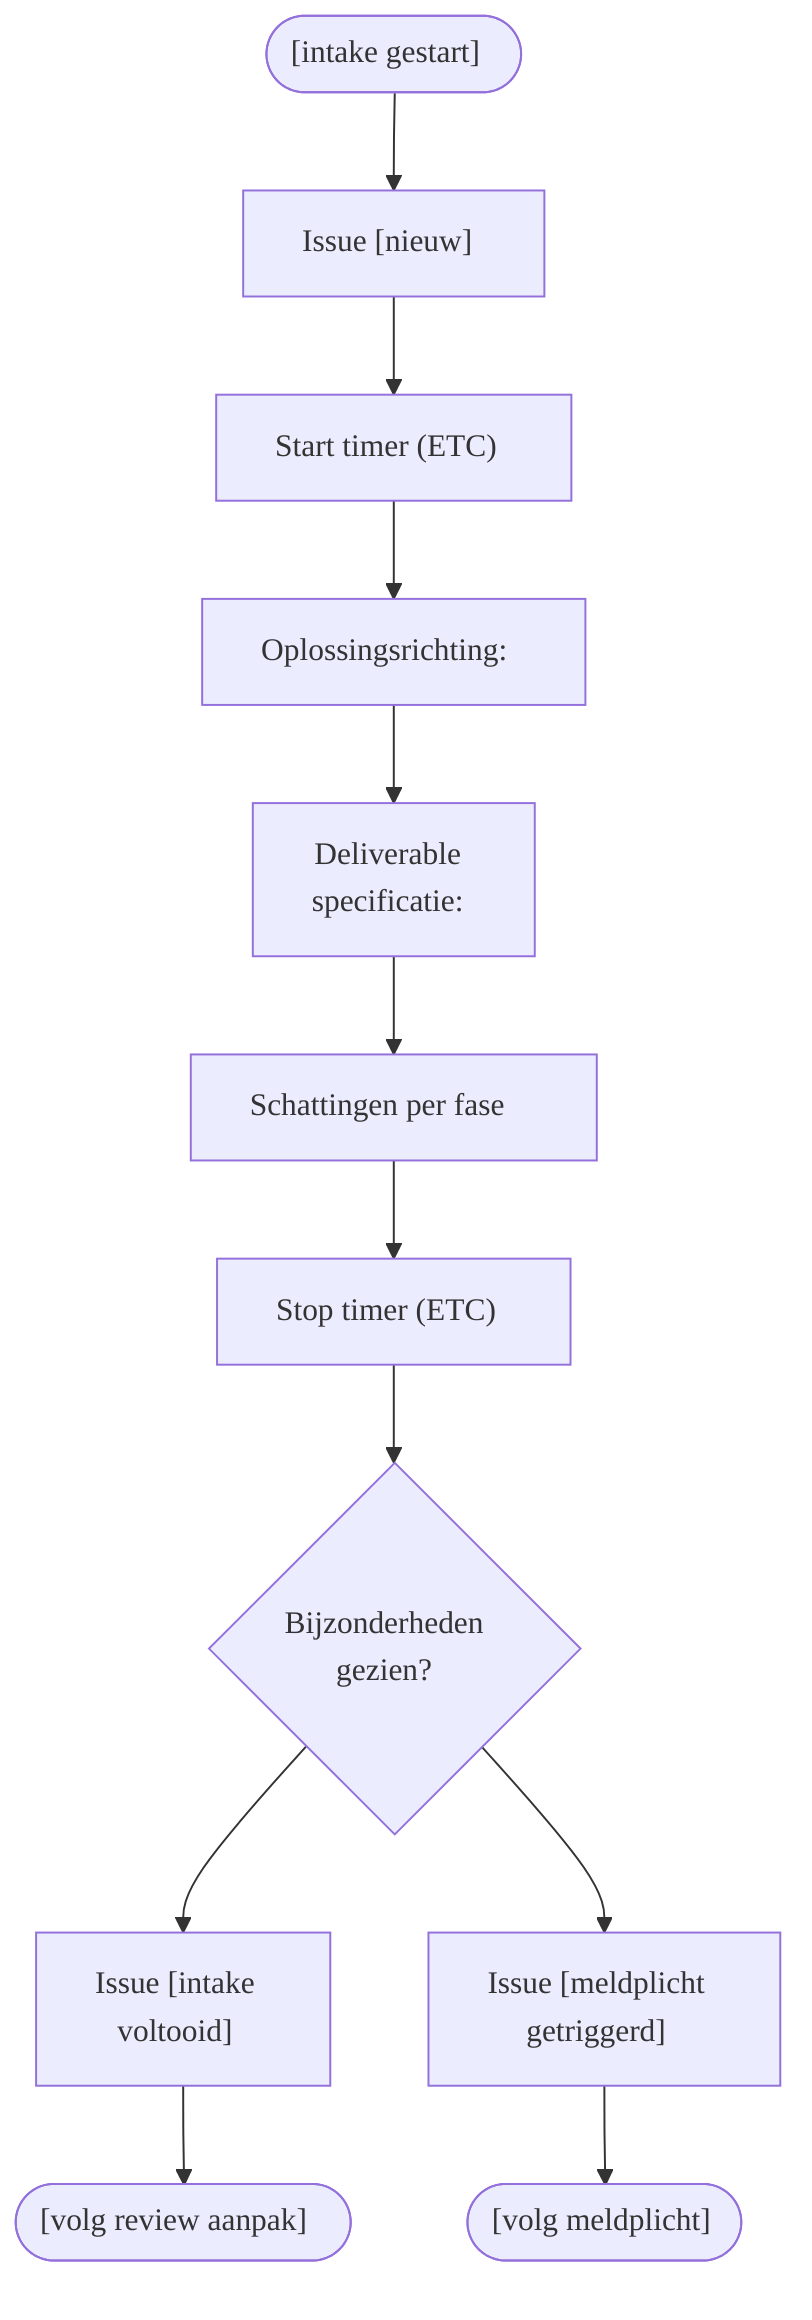
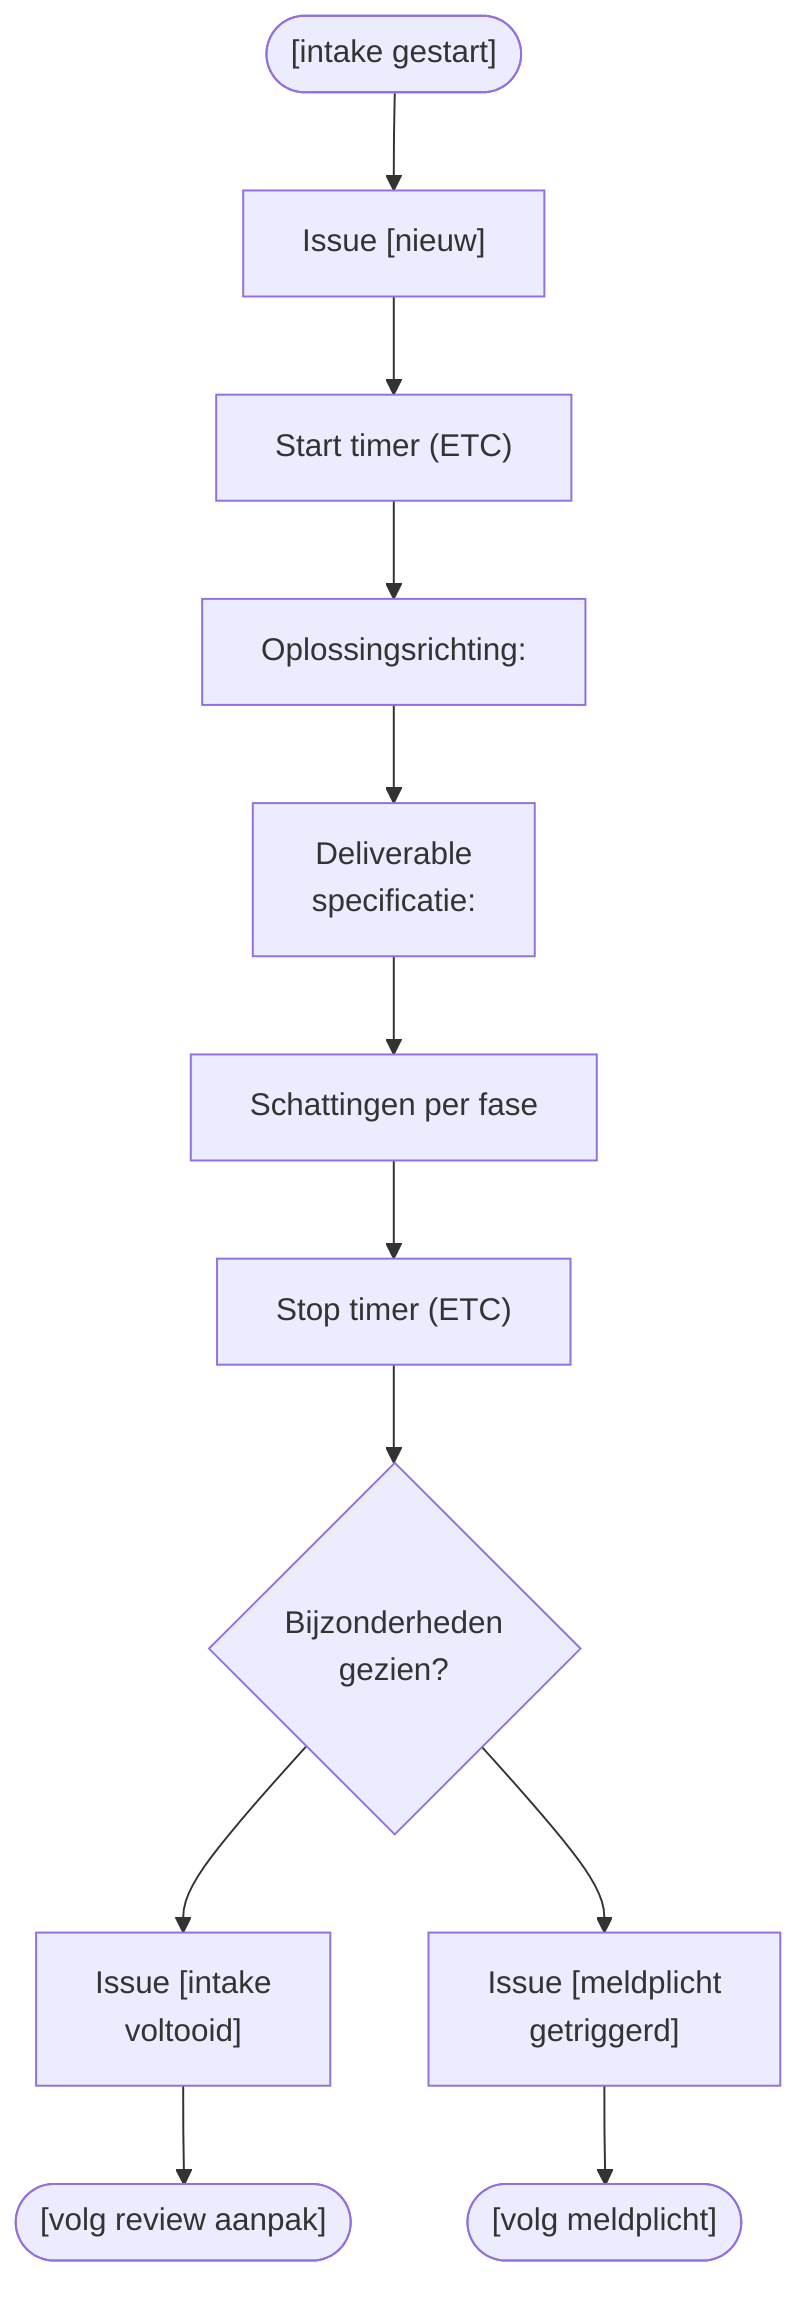
- %%{init: {'theme': 'default', 'themeVariables': {'fontFamily': 'sans-serif'}, 'flowchart': {'htmlLabels': false}}}%%
flowchart TD
    bpmn_start_event(["[intake gestart]"])
    bpmn_task_nieuw["Issue [nieuw]"]
    bpmn_task_start_timer["Start timer (ETC)"]
    bpmn_task_oplossingsrichting["Oplossingsrichting:"]
    bpmn_task_deliverables["Deliverable\nspecificatie:"]
    bpmn_task_planning["Schattingen per fase"]
    bpmn_task_stop_timer["Stop timer (ETC)"]
    bpmn_gateway_bijzonderheden{"Bijzonderheden\ngezien?"}
    bpmn_task_intake_voltooid["Issue [intake\nvoltooid]"]
    bpmn_end_aanpak(["[volg review aanpak]"])
    bpmn_task_meldplicht_getriggerd["Issue [meldplicht\ngetriggerd]"]
    bpmn_end_meldplicht(["[volg meldplicht]"])
    bpmn_start_event --> bpmn_task_nieuw
    bpmn_task_nieuw --> bpmn_task_start_timer
    bpmn_task_start_timer --> bpmn_task_oplossingsrichting
    bpmn_task_oplossingsrichting --> bpmn_task_deliverables
    bpmn_task_deliverables --> bpmn_task_planning
    bpmn_task_planning --> bpmn_task_stop_timer
    bpmn_task_stop_timer --> bpmn_gateway_bijzonderheden
    bpmn_gateway_bijzonderheden --> bpmn_task_intake_voltooid
    bpmn_task_intake_voltooid --> bpmn_end_aanpak
    bpmn_gateway_bijzonderheden --> bpmn_task_meldplicht_getriggerd
    bpmn_task_meldplicht_getriggerd --> bpmn_end_meldplicht
